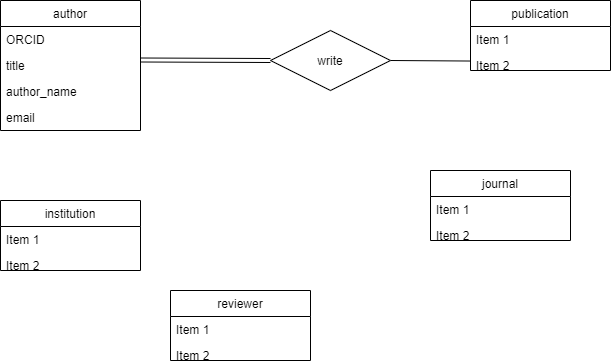
impulseoy/learnGit keeps this draw.io diagram as Untitled Diagram.png. Above is the earlier version. Source tidied: cells renumbered, new cells last; positions are measured from the earlier drawing's top-left corner, leaving out a move shared by most shapes.
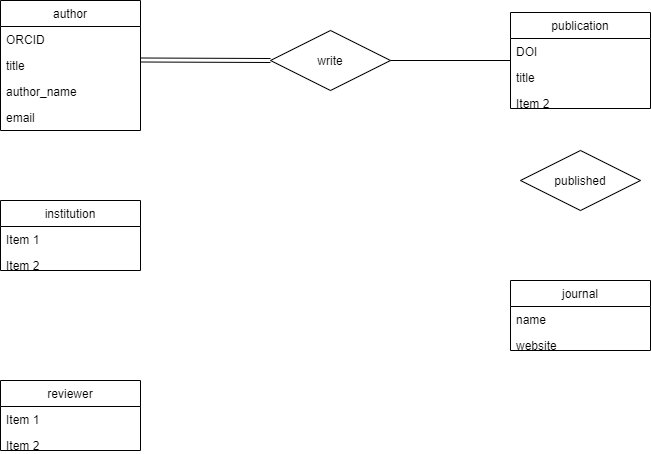
After the change.

Diff of the diagram source:
```diff
@@ -3,18 +3,16 @@
     <mxCell id="0" />
     <mxCell id="1" parent="0" />
     <mxCell id="2" value="publication" style="swimlane;fontStyle=0;horizontal=1;startSize=26;fillColor=none;" parent="1" vertex="1">
-      <mxGeometry x="470" width="140" height="70" as="geometry" />
+      <mxGeometry x="510" y="12" width="140" height="96" as="geometry" />
     </mxCell>
+    <mxCell id="22" value="DOI" style="text;strokeColor=none;fillColor=none;align=left;verticalAlign=top;spacingLeft=4;spacingRight=4;overflow=hidden;" parent="2" vertex="1">
+      <mxGeometry y="26" width="140" height="26" as="geometry" />
+    </mxCell>
-    <mxCell id="3" value="Item 1" style="text;strokeColor=none;fillColor=none;align=left;verticalAlign=top;spacingLeft=4;spacingRight=4;overflow=hidden;" parent="2" vertex="1">
-      <mxGeometry y="26" width="140" height="26" as="geometry" />
+    <mxCell id="3" value="title" style="text;strokeColor=none;fillColor=none;align=left;verticalAlign=top;spacingLeft=4;spacingRight=4;overflow=hidden;" parent="2" vertex="1">
+      <mxGeometry y="52" width="140" height="26" as="geometry" />
     </mxCell>
-    <mxCell id="4" style="endArrow=none;html=1;" parent="2" edge="1" target="5">
-      <mxGeometry relative="1" as="geometry">
-        <mxPoint x="-80" y="60" as="sourcePoint" />
-      </mxGeometry>
-    </mxCell>
     <mxCell id="5" value="Item 2" style="text;strokeColor=none;fillColor=none;align=left;verticalAlign=top;spacingLeft=4;spacingRight=4;overflow=hidden;points=[[0,0.5],[1,0.5]];portConstraint=eastwest;" parent="2" vertex="1">
-      <mxGeometry y="52" width="140" height="18" as="geometry" />
+      <mxGeometry y="78" width="140" height="18" as="geometry" />
     </mxCell>
     <mxCell id="6" value="author" style="swimlane;fontStyle=0;horizontal=1;startSize=26;fillColor=none;" parent="1" vertex="1">
       <mxGeometry width="140" height="130" as="geometry" />
@@ -41,12 +39,12 @@
       </mxGeometry>
     </mxCell>
     <mxCell id="13" value="journal" style="swimlane;fontStyle=0;horizontal=1;startSize=26;fillColor=none;" parent="1" vertex="1">
-      <mxGeometry x="430" y="170" width="140" height="70" as="geometry" />
+      <mxGeometry x="510" y="280" width="140" height="70" as="geometry" />
     </mxCell>
-    <mxCell id="14" value="Item 1" style="text;strokeColor=none;fillColor=none;align=left;verticalAlign=top;spacingLeft=4;spacingRight=4;overflow=hidden;" parent="13" vertex="1">
+    <mxCell id="14" value="name" style="text;strokeColor=none;fillColor=none;align=left;verticalAlign=top;spacingLeft=4;spacingRight=4;overflow=hidden;" parent="13" vertex="1">
       <mxGeometry y="26" width="140" height="26" as="geometry" />
     </mxCell>
-    <mxCell id="15" value="Item 2" style="text;strokeColor=none;fillColor=none;align=left;verticalAlign=top;spacingLeft=4;spacingRight=4;overflow=hidden;" parent="13" vertex="1">
+    <mxCell id="15" value="website" style="text;strokeColor=none;fillColor=none;align=left;verticalAlign=top;spacingLeft=4;spacingRight=4;overflow=hidden;" parent="13" vertex="1">
       <mxGeometry y="52" width="140" height="18" as="geometry" />
     </mxCell>
     <mxCell id="16" value="institution" style="swimlane;fontStyle=0;horizontal=1;startSize=26;fillColor=none;" parent="1" vertex="1">
@@ -59,7 +57,7 @@
       <mxGeometry y="52" width="140" height="18" as="geometry" />
     </mxCell>
     <mxCell id="19" value="reviewer" style="swimlane;fontStyle=0;horizontal=1;startSize=26;fillColor=none;" parent="1" vertex="1">
-      <mxGeometry x="170" y="290" width="140" height="70" as="geometry" />
+      <mxGeometry y="380" width="140" height="70" as="geometry" />
     </mxCell>
     <mxCell id="20" value="Item 1" style="text;strokeColor=none;fillColor=none;align=left;verticalAlign=top;spacingLeft=4;spacingRight=4;overflow=hidden;" parent="19" vertex="1">
       <mxGeometry y="26" width="140" height="26" as="geometry" />
@@ -67,5 +65,14 @@
     <mxCell id="21" value="Item 2" style="text;strokeColor=none;fillColor=none;align=left;verticalAlign=top;spacingLeft=4;spacingRight=4;overflow=hidden;" parent="19" vertex="1">
       <mxGeometry y="52" width="140" height="18" as="geometry" />
     </mxCell>
+    <mxCell id="23" style="endArrow=none;html=1;rounded=0;" parent="1" edge="1">
+      <mxGeometry relative="1" as="geometry">
+        <mxPoint x="390" y="60" as="sourcePoint" />
+        <mxPoint x="510" y="60" as="targetPoint" />
+      </mxGeometry>
+    </mxCell>
+    <mxCell id="24" value="published" style="shape=rhombus;perimeter=rhombusPerimeter;whiteSpace=wrap;html=1;align=center;" parent="1" vertex="1">
+      <mxGeometry x="520" y="150" width="120" height="60" as="geometry" />
+    </mxCell>
   </root>
 </mxGraphModel>
```
